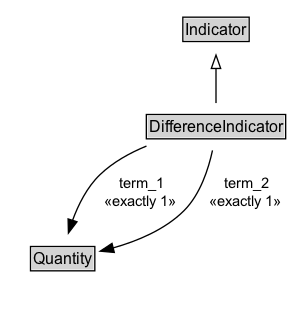
The Graphviz diagram docs/diagrams/DifferenceIndicator.dot.png in ISO-TC204/ontology-i72-v1, before a commit. Its source is kept beside it as docs/diagrams/DifferenceIndicator.dot.
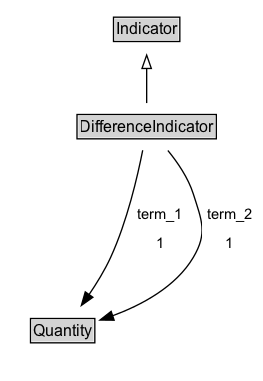
After the commit.

Diff of the diagram source:
```diff
@@ -3,20 +3,22 @@
 	node [fontname=Arial fontsize=12 margin=0 shape=none]
 	edge [fontname=Arial fontsize=11]
 	{
+		rank=source
+		Indicator [label=<<TABLE BORDER="1" CELLBORDER="0" CELLSPACING="0" CELLPADDING="1"><TR><TD BGCOLOR="lightgray" ALIGN="CENTER">Indicator</TD></TR></TABLE>> URL="../Indicator" margin=0]
+	}
+	DifferenceIndicator [label=<<TABLE BORDER="1" CELLBORDER="0" CELLSPACING="0" CELLPADDING="1"><TR><TD BGCOLOR="lightgray" ALIGN="CENTER">DifferenceIndicator</TD></TR></TABLE>> URL="../DifferenceIndicator" margin=0]
+	{
 		rank=max
-		DifferenceIndicator [label=<<TABLE BORDER="1" CELLBORDER="0" CELLSPACING="0" CELLPADDING="1"><TR><TD BGCOLOR="lightgray" ALIGN="CENTER" PORT="e">DifferenceIndicator</TD></TR></TABLE>> URL="../DifferenceIndicator.md" margin=0]
 	}
 	subgraph cluster_associated {
 		label="" style=invis
 		Invis [label=<<TABLE BORDER="0" CELLBORDER="0" CELLSPACING="0" CELLPADDING="1"><TR><TD></TD></TR></TABLE>> margin=0 style=invis]
-		Quantity [label=<<TABLE BORDER="1" CELLBORDER="0" CELLSPACING="0" CELLPADDING="1"><TR><TD BGCOLOR="lightgray" ALIGN="CENTER">Quantity</TD></TR></TABLE>> URL="../Quantity.md" margin=0]
+		Quantity [label=<<TABLE BORDER="1" CELLBORDER="0" CELLSPACING="0" CELLPADDING="1"><TR><TD BGCOLOR="lightgray" ALIGN="CENTER">Quantity</TD></TR></TABLE>> URL="../Quantity" margin=0]
 	}
-	Indicator [label=<<TABLE BORDER="1" CELLBORDER="0" CELLSPACING="0" CELLPADDING="1"><TR><TD BGCOLOR="lightgray" ALIGN="CENTER">Indicator</TD></TR></TABLE>> URL="../Indicator.md" margin=0]
 	DifferenceIndicator -> Indicator [arrowhead=onormal style=solid]
 	DifferenceIndicator -> Invis [style=invis]
 	Invis -> Quantity [style=invis]
-	DifferenceIndicator -> Quantity [label=" term_1
- «exactly 1»  " arrowhead=normal style=solid]
-	DifferenceIndicator -> Quantity [label=" term_2
- «exactly 1»  " arrowhead=normal style=solid]
+	Quantity [label=<<TABLE BORDER="1" CELLBORDER="0" CELLSPACING="0" CELLPADDING="1"><TR><TD BGCOLOR="lightgray" ALIGN="CENTER">Quantity</TD></TR></TABLE>> URL="../Quantity" margin=0]
+	DifferenceIndicator -> Quantity [label=<<TABLE BORDER="0" CELLBORDER="0" CELLSPACING="0" CELLPADDING="4" BGCOLOR="white"><TR><TD ALIGN="CENTER">term_1</TD></TR><TR><TD ALIGN="CENTER">1</TD></TR></TABLE>> arrowhead=normal style=solid]
+	DifferenceIndicator -> Quantity [label=<<TABLE BORDER="0" CELLBORDER="0" CELLSPACING="0" CELLPADDING="4" BGCOLOR="white"><TR><TD ALIGN="CENTER">term_2</TD></TR><TR><TD ALIGN="CENTER">1</TD></TR></TABLE>> arrowhead=normal style=solid]
 }
```
